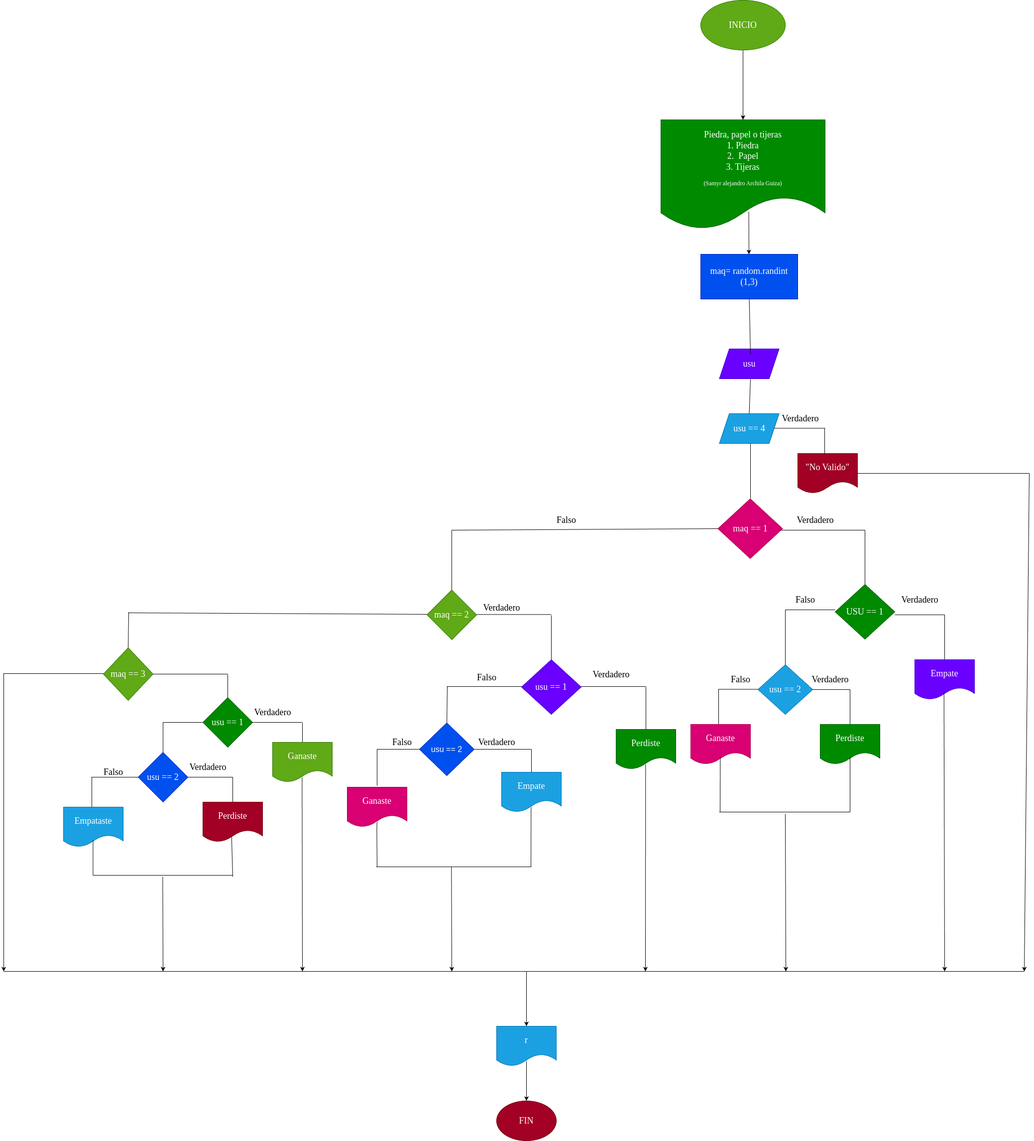
This is diagrama.png from SamyrArchila/piedra_papel_tijeras, a draw.io export, as it was before one commit. Source tidied: cells renumbered, new cells last; positions are measured from the earlier drawing's top-left corner, leaving out a move shared by most shapes.
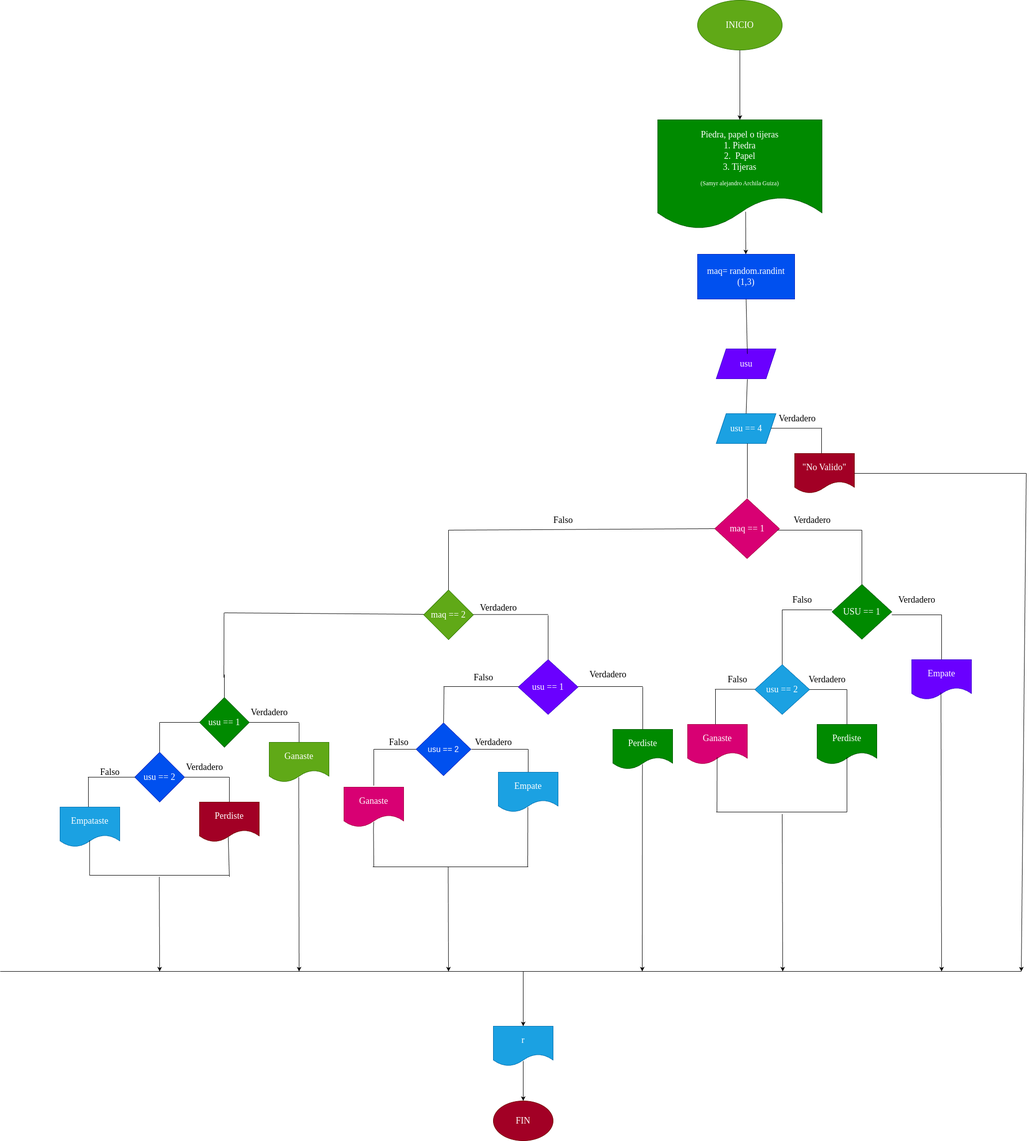
Above is the later version.

The edit, as a diff of the source:
```diff
@@ -272,25 +272,10 @@
     </mxCell>
     <mxCell id="63" style="endArrow=none;html=1;fontFamily=Verdana;fontSize=18;" parent="1" edge="1">
       <mxGeometry relative="1" as="geometry">
-        <mxPoint x="250" y="1230" as="sourcePoint" />
+        <mxPoint x="450" y="1230" as="sourcePoint" />
         <mxPoint x="850" y="1233" as="targetPoint" />
       </mxGeometry>
     </mxCell>
-    <mxCell id="64" style="endArrow=none;html=1;fontFamily=Verdana;fontSize=18;" parent="1" edge="1">
-      <mxGeometry relative="1" as="geometry">
-        <mxPoint x="250" y="1300" as="sourcePoint" />
-        <mxPoint x="251" y="1229" as="targetPoint" />
-      </mxGeometry>
-    </mxCell>
-    <mxCell id="65" value="maq == 3" style="rhombus;whiteSpace=wrap;html=1;fontFamily=Verdana;fontSize=18;fillColor=#60a917;fontColor=#ffffff;strokeColor=#2D7600;" parent="1" vertex="1">
-      <mxGeometry x="200" y="1300" width="100" height="106" as="geometry" />
-    </mxCell>
-    <mxCell id="66" style="endArrow=none;html=1;fontFamily=Verdana;fontSize=18;" parent="1" edge="1">
-      <mxGeometry relative="1" as="geometry">
-        <mxPoint x="300" y="1353" as="sourcePoint" />
-        <mxPoint x="450" y="1353" as="targetPoint" />
-      </mxGeometry>
-    </mxCell>
     <mxCell id="67" style="endArrow=none;html=1;fontFamily=Verdana;fontSize=18;" parent="1" edge="1">
       <mxGeometry relative="1" as="geometry">
         <mxPoint x="450" y="1400" as="sourcePoint" />
@@ -487,18 +472,6 @@
         <mxPoint x="1890" y="1950" as="targetPoint" />
       </mxGeometry>
     </mxCell>
-    <mxCell id="104" style="endArrow=none;html=1;fontFamily=Verdana;fontSize=18;" parent="1" edge="1">
-      <mxGeometry relative="1" as="geometry">
-        <mxPoint y="1352" as="sourcePoint" />
-        <mxPoint x="200" y="1352" as="targetPoint" />
-      </mxGeometry>
-    </mxCell>
-    <mxCell id="105" style="endArrow=classic;html=1;fontFamily=Verdana;fontSize=18;" parent="1" edge="1">
-      <mxGeometry relative="1" as="geometry">
-        <mxPoint y="1351" as="sourcePoint" />
-        <mxPoint y="1950" as="targetPoint" />
-      </mxGeometry>
-    </mxCell>
     <mxCell id="106" style="endArrow=none;html=1;fontFamily=Verdana;fontSize=18;" parent="1" edge="1">
       <mxGeometry relative="1" as="geometry">
         <mxPoint x="1715" y="950" as="sourcePoint" />
@@ -517,5 +490,11 @@
         <mxPoint x="2050" y="1950" as="targetPoint" />
       </mxGeometry>
     </mxCell>
+    <mxCell id="109" style="endArrow=none;html=1;fontFamily=Verdana;fontSize=18;" parent="1" edge="1">
+      <mxGeometry relative="1" as="geometry">
+        <mxPoint x="449" y="1360" as="sourcePoint" />
+        <mxPoint x="449.3" y="1230" as="targetPoint" />
+      </mxGeometry>
+    </mxCell>
   </root>
 </mxGraphModel>
```
